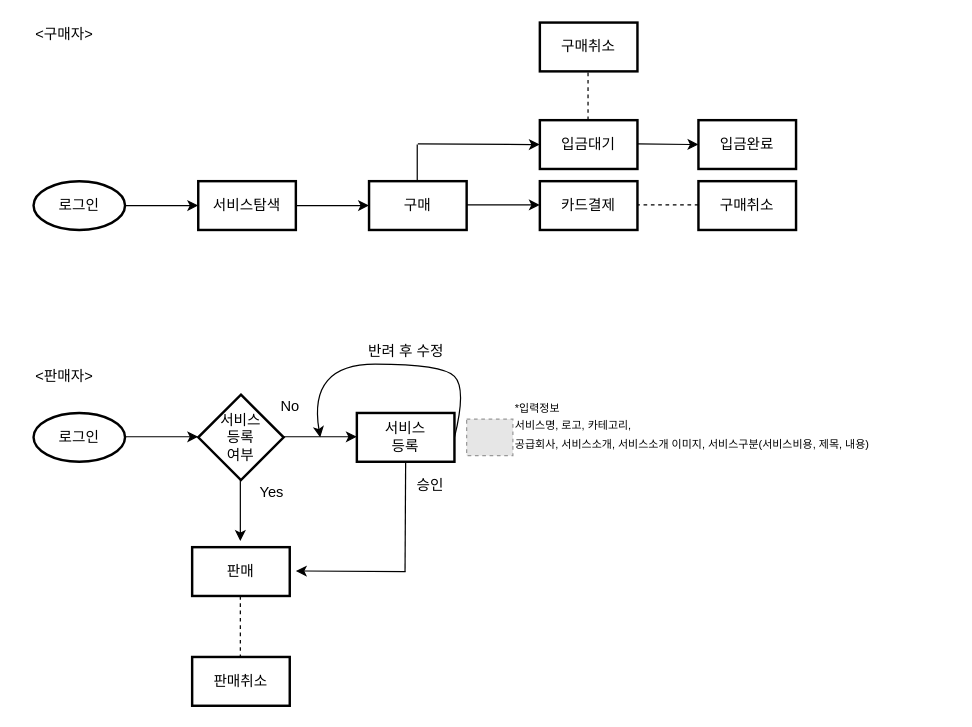
Above: 비즈니스나우 컨설팅_수정.drawio in Lucidhomme/TIL (draw.io), before the change. Source tidied: cells renumbered, new cells numbered last; positions are measured from the earlier drawing's top-left corner, leaving out a move shared by most shapes. Both pictures are drawn from the tidied source at 122%, with x=0, y=0 at pixel (21, 22). Pictures stored in the file or linked from it are replaced by grey dashed boxes.
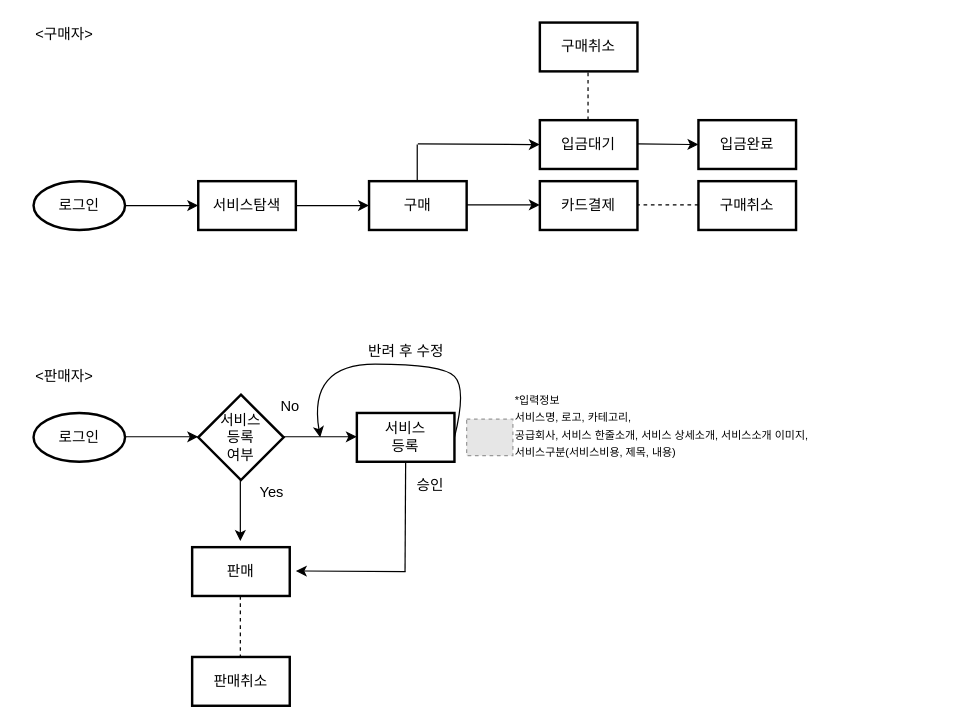
The same diagram, later.

Commit message:
Update 비즈니스나우 컨설팅_수정.drawio

What changed in the source:
```diff
@@
-    <mxCell id="25" value="&lt;font style=&quot;font-size: 9px&quot;&gt;*입력정보&lt;br&gt;&lt;span style=&quot;font-family: &amp;#34;맑은 고딕&amp;#34;&quot;&gt;서비스명&lt;/span&gt;&lt;span style=&quot;font-family: &amp;#34;맑은 고딕&amp;#34;&quot;&gt;, &lt;/span&gt;&lt;span style=&quot;font-family: &amp;#34;맑은 고딕&amp;#34;&quot;&gt;로고&lt;/span&gt;&lt;span style=&quot;font-family: &amp;#34;맑은 고딕&amp;#34;&quot;&gt;, &lt;/span&gt;&lt;span style=&quot;font-family: &amp;#34;맑은 고딕&amp;#34;&quot;&gt;카테고리,&lt;/span&gt;&lt;span style=&quot;font-family: &amp;#34;맑은 고딕&amp;#34;&quot;&gt;&lt;br&gt;&lt;/span&gt;&lt;span style=&quot;font-family: &amp;#34;맑은 고딕&amp;#34;&quot;&gt;공급회사&lt;/span&gt;&lt;span style=&quot;font-family: &amp;#34;맑은 고딕&amp;#34;&quot;&gt;, &lt;/span&gt;&lt;span style=&quot;font-family: &amp;#34;맑은 고딕&amp;#34;&quot;&gt;서비스소개&lt;/span&gt;&lt;span style=&quot;font-family: &amp;#34;맑은 고딕&amp;#34;&quot;&gt;, &lt;/span&gt;&lt;span style=&quot;font-family: &amp;#34;맑은 고딕&amp;#34;&quot;&gt;서비스소개 이미지&lt;/span&gt;&lt;span style=&quot;font-family: &amp;#34;맑은 고딕&amp;#34;&quot;&gt;, &lt;/span&gt;&lt;span style=&quot;font-family: &amp;#34;맑은 고딕&amp;#34;&quot;&gt;서비스구분(서비스비용, 제목, 내용)&lt;/span&gt;&lt;/font&gt;" style="text;html=1;align=left;verticalAlign=middle;fillColor=none;strokeColor=none;rounded=0;" parent="1" vertex="1">
-      <mxGeometry x="402.9" y="305" width="360" height="50" as="geometry" />
+    <mxCell id="25" value="&lt;font style=&quot;font-size: 9px&quot;&gt;*입력정보&lt;br&gt;&lt;span style=&quot;font-family: &amp;#34;맑은 고딕&amp;#34;&quot;&gt;서비스명&lt;/span&gt;&lt;span style=&quot;font-family: &amp;#34;맑은 고딕&amp;#34;&quot;&gt;, &lt;/span&gt;&lt;span style=&quot;font-family: &amp;#34;맑은 고딕&amp;#34;&quot;&gt;로고&lt;/span&gt;&lt;span style=&quot;font-family: &amp;#34;맑은 고딕&amp;#34;&quot;&gt;, &lt;/span&gt;&lt;span style=&quot;font-family: &amp;#34;맑은 고딕&amp;#34;&quot;&gt;카테고리,&lt;/span&gt;&lt;span style=&quot;font-family: &amp;#34;맑은 고딕&amp;#34;&quot;&gt;&lt;br&gt;&lt;/span&gt;&lt;span style=&quot;font-family: &amp;#34;맑은 고딕&amp;#34;&quot;&gt;공급회사&lt;/span&gt;&lt;span style=&quot;font-family: &amp;#34;맑은 고딕&amp;#34;&quot;&gt;, 서비스 한줄소개,&amp;nbsp;&lt;/span&gt;&lt;span style=&quot;font-family: &amp;#34;맑은 고딕&amp;#34;&quot;&gt;서비스 상세소개&lt;/span&gt;&lt;span style=&quot;font-family: &amp;#34;맑은 고딕&amp;#34;&quot;&gt;, &lt;/span&gt;&lt;span style=&quot;font-family: &amp;#34;맑은 고딕&amp;#34;&quot;&gt;서비스소개 이미지&lt;/span&gt;&lt;span style=&quot;font-family: &amp;#34;맑은 고딕&amp;#34;&quot;&gt;, &lt;br&gt;&lt;/span&gt;&lt;span style=&quot;font-family: &amp;#34;맑은 고딕&amp;#34;&quot;&gt;서비스구분(서비스비용, 제목, 내용)&lt;/span&gt;&lt;/font&gt;" style="text;html=1;align=left;verticalAlign=middle;fillColor=none;strokeColor=none;rounded=0;" parent="1" vertex="1">
+      <mxGeometry x="402.9" y="295" width="310" height="70" as="geometry" />
     </mxCell>
```
